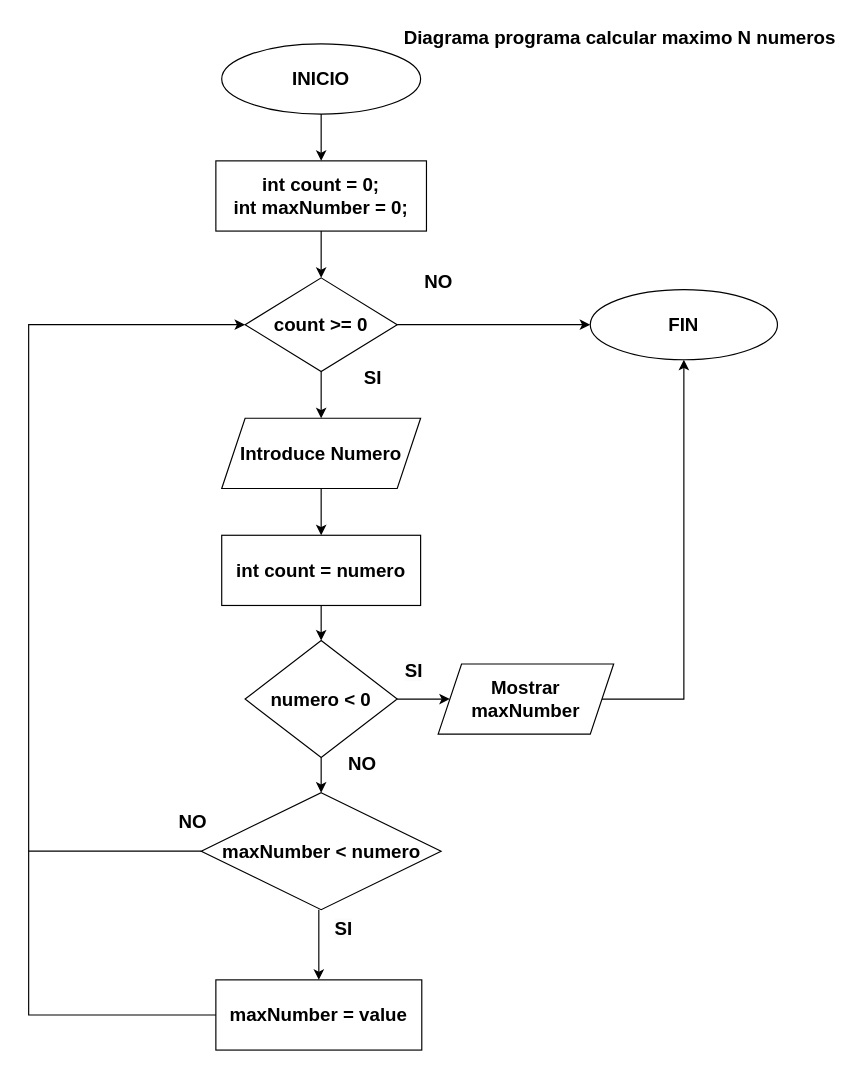
Above: programacion/proyectos/Ejercicio Clase/maximoNnumeros/diagrama/Diagrama_maximo_n_numeros.drawio in JaviEscobarFernandez/PruebasEstudios (draw.io), before the change. Source tidied: cells renumbered, new cells numbered last; positions are measured from the earlier drawing's top-left corner, leaving out a move shared by most shapes. Both pictures are drawn from the tidied source at 117%, with x=0, y=0 at pixel (28, 20).
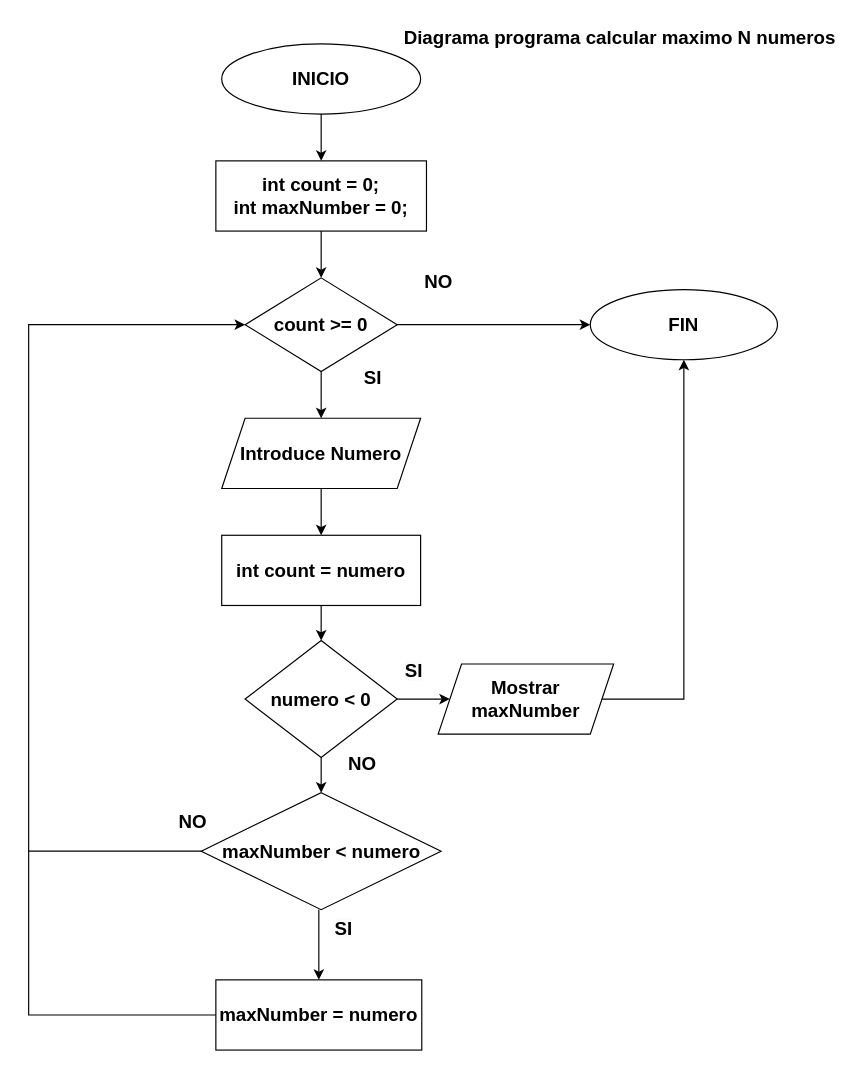
The same page after the edit.

Commit message (it also covers changes not shown here):
Corregido pequeño error en nombre (value -> numero)

The edit, as a diff of the source:
```diff
@@
-    <mxCell id="20" value="&lt;b&gt;&lt;font style=&quot;font-size: 16px;&quot;&gt;maxNumber = value&lt;/font&gt;&lt;/b&gt;" style="rounded=0;whiteSpace=wrap;html=1;" parent="1" vertex="1">
+    <mxCell id="20" value="&lt;b&gt;&lt;font style=&quot;font-size: 16px;&quot;&gt;maxNumber = numero&lt;/font&gt;&lt;/b&gt;" style="rounded=0;whiteSpace=wrap;html=1;" parent="1" vertex="1">
       <mxGeometry x="160" y="820" width="176" height="60" as="geometry" />
     </mxCell>
```
